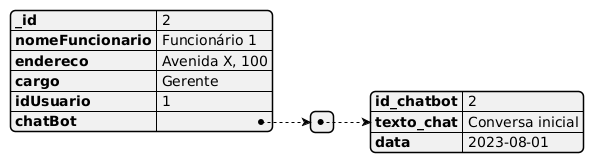
This is Banco de dados/uml_funcionarios.png from SamuelPorcer/Terceiro-Semestre, a PlantUML export, as it was before one commit. The source it was exported from:
```plantuml
@startjson
{
        "_id": 2,
        "nomeFuncionario": "Funcionário 1",
        "endereco": "Avenida X, 100",
        "cargo": "Gerente",
        "idUsuario": 1,
        "chatBot": [
            {
                "id_chatbot": 2,
                "texto_chat": "Conversa inicial",
                "data": "2023-08-01"
            }
        ]
    }
@endjson
```
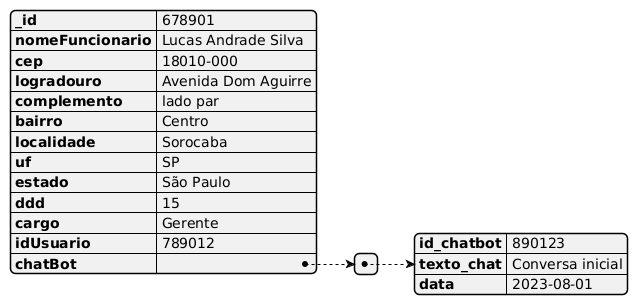
After the change.

Change to the diagram source:
```diff
@@ -1,13 +1,20 @@
 @startjson
-{
-        "_id": 2,
-        "nomeFuncionario": "Funcionário 1",
-        "endereco": "Avenida X, 100",
+ {
+        "_id": 678901,
+        "nomeFuncionario": "Lucas Andrade Silva",
+        "cep": "18010-000",
+        "logradouro": "Avenida Dom Aguirre",
+        "complemento": "lado par",
+        "bairro": "Centro",
+        "localidade": "Sorocaba",
+        "uf": "SP",
+        "estado": "São Paulo",
+        "ddd": "15",
         "cargo": "Gerente",
-        "idUsuario": 1,
+        "idUsuario": 789012,
         "chatBot": [
             {
-                "id_chatbot": 2,
+                "id_chatbot": 890123,
                 "texto_chat": "Conversa inicial",
                 "data": "2023-08-01"
             }
```
